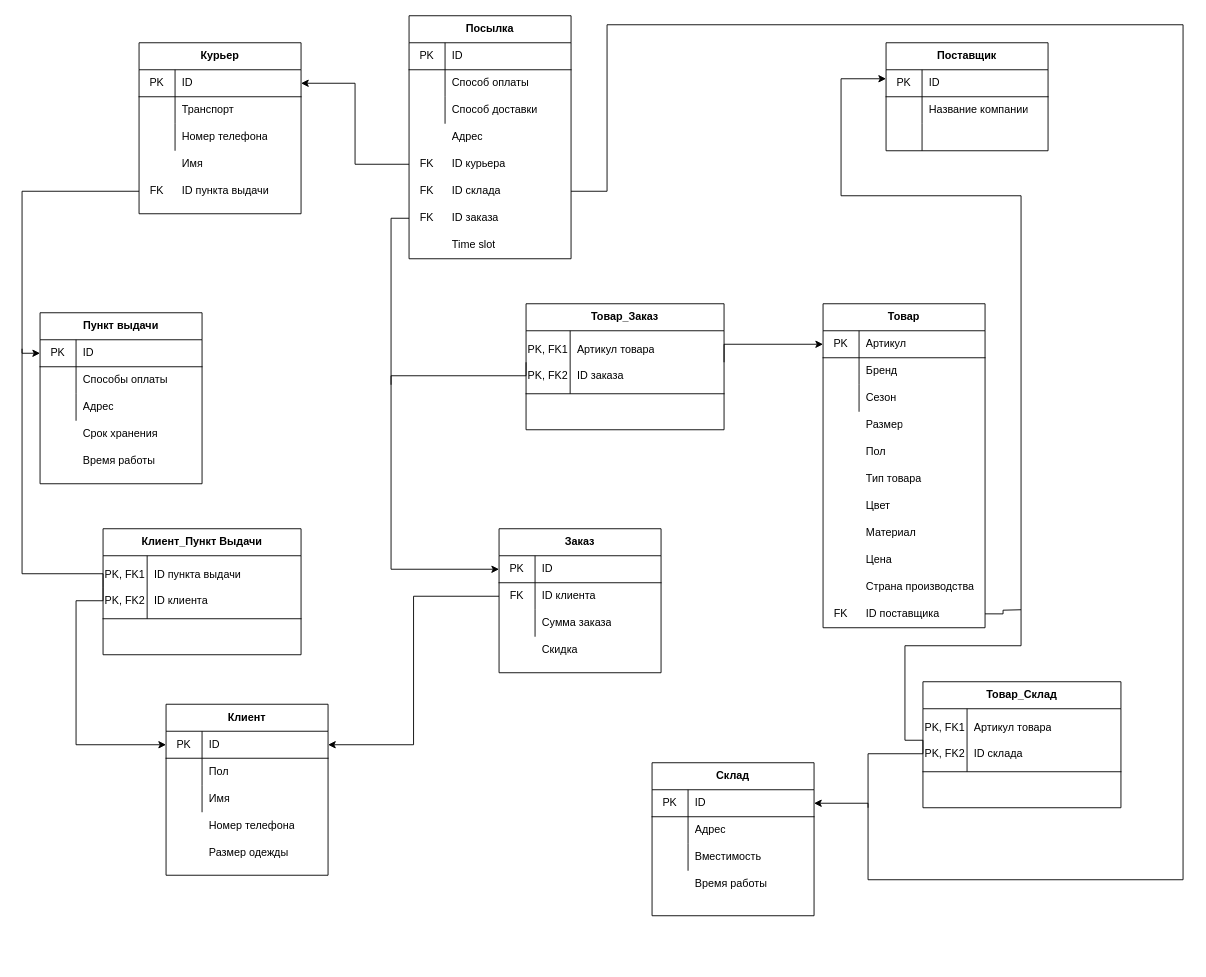
Earlier version of the draw.io diagram tr.drawio (sweetd0ve/DBMS-project). Source tidied: cells renumbered, new cells numbered last; positions are measured from the earlier drawing's top-left corner, leaving out a move shared by most shapes. Both pictures are drawn from the tidied source at 90%, with x=0, y=0 at pixel (22, 15).
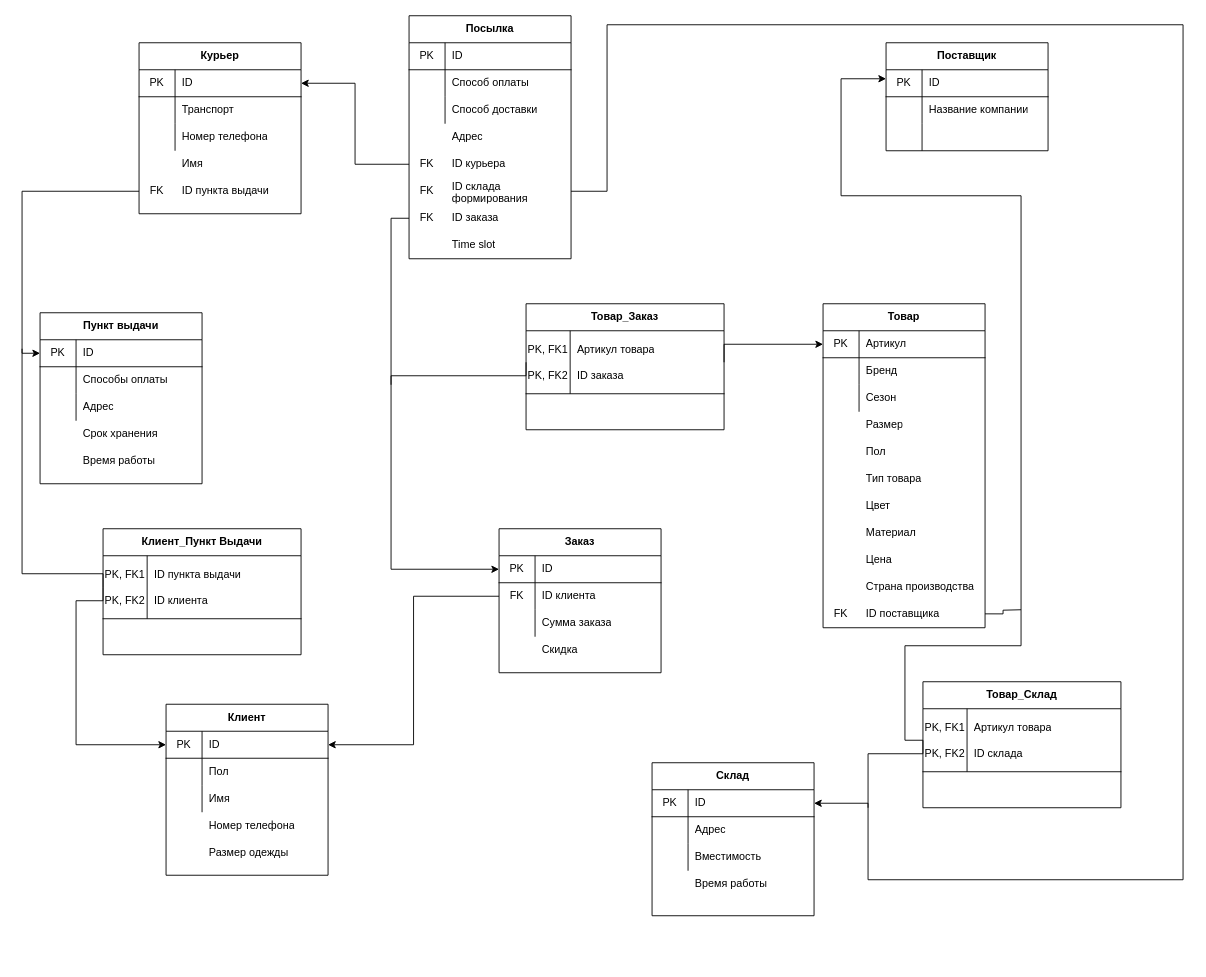
The same diagram, later.

Unchanged cells that the change refers to:
```xml
<mxCell id="30" style="shape=partialRectangle;html=1;whiteSpace=wrap;fillColor=none;top=0;left=0;bottom=0;right=0;points=[[0,0.5],[1,0.5]];portConstraint=eastwest;" parent="19" vertex="1">
  <mxGeometry y="180" width="180" height="30" as="geometry" />
</mxCell>
```

Change to the diagram source:
```diff
@@
-    <mxCell id="32" value="ID склада" style="shape=partialRectangle;html=1;whiteSpace=wrap;fillColor=none;top=0;left=0;bottom=0;right=0;align=left;spacingLeft=6;overflow=hidden;" parent="30" vertex="1">
+    <mxCell id="32" value="ID склада формирования" style="shape=partialRectangle;html=1;whiteSpace=wrap;fillColor=none;top=0;left=0;bottom=0;right=0;align=left;spacingLeft=6;overflow=hidden;" parent="30" vertex="1">
       <mxGeometry x="40" width="140" height="30" as="geometry" />
     </mxCell>
```
